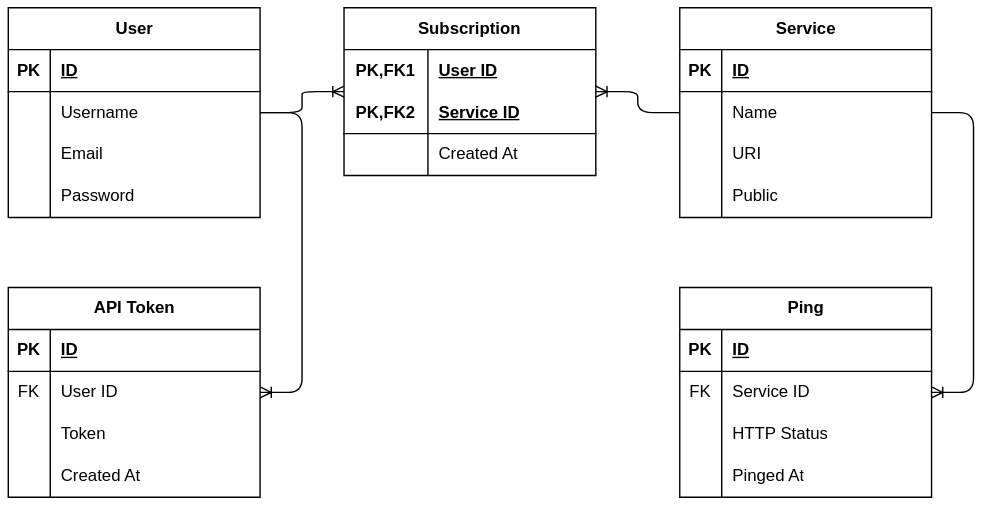
Earlier version of the draw.io export docs/assets/er_schema.drawio.svg (Mikel12455/downtime-panda). Source tidied: cells renumbered, new cells last; positions are measured from the earlier drawing's top-left corner, leaving out a move shared by most shapes. Source of this version:
```xml
<mxGraphModel background="#ffffff">
  <root>
    <mxCell id="0" />
    <mxCell id="1" parent="0" />
    <mxCell id="2" value="User" style="shape=table;startSize=30;rowLines=0;fontStyle=1;align=center;html=1;shadow=0;comic=0;" parent="1" vertex="1">
      <mxGeometry width="180" height="150" as="geometry" />
    </mxCell>
    <mxCell id="3" style="shape=tableRow;horizontal=0;startSize=0;swimlaneHead=0;swimlaneBody=0;fillColor=none;top=0;left=0;right=0;bottom=1;shadow=0;comic=0;swimlaneFillColor=none;" parent="2" vertex="1">
      <mxGeometry y="30" width="180" height="30" as="geometry" />
    </mxCell>
    <mxCell id="4" value="PK" style="shape=partialRectangle;fillColor=none;top=0;left=0;bottom=0;right=0;fontStyle=1;overflow=hidden;whiteSpace=wrap;html=1;shadow=0;comic=0;swimlaneFillColor=none;strokeWidth=1;" parent="3" vertex="1">
      <mxGeometry width="30" height="30" as="geometry" />
    </mxCell>
    <mxCell id="5" value="ID" style="shape=partialRectangle;fillColor=none;top=0;left=0;bottom=0;right=0;align=left;spacingLeft=6;fontStyle=5;overflow=hidden;whiteSpace=wrap;html=1;shadow=0;comic=0;swimlaneFillColor=none;" parent="3" vertex="1">
      <mxGeometry x="30" width="150" height="30" as="geometry" />
    </mxCell>
    <mxCell id="6" style="shape=tableRow;horizontal=0;startSize=0;swimlaneHead=0;swimlaneBody=0;fillColor=none;top=0;left=0;right=0;bottom=0;shadow=0;comic=0;swimlaneFillColor=none;" parent="2" vertex="1">
      <mxGeometry y="60" width="180" height="30" as="geometry" />
    </mxCell>
    <mxCell id="7" style="shape=partialRectangle;fillColor=none;top=0;left=0;bottom=0;right=0;overflow=hidden;whiteSpace=wrap;html=1;shadow=0;comic=0;swimlaneFillColor=none;" parent="6" vertex="1">
      <mxGeometry width="30" height="30" as="geometry" />
    </mxCell>
    <mxCell id="8" value="Username" style="shape=partialRectangle;fillColor=none;top=0;left=0;bottom=0;right=0;align=left;spacingLeft=6;overflow=hidden;whiteSpace=wrap;html=1;shadow=0;comic=0;swimlaneFillColor=none;" parent="6" vertex="1">
      <mxGeometry x="30" width="150" height="30" as="geometry" />
    </mxCell>
    <mxCell id="9" style="shape=tableRow;horizontal=0;startSize=0;swimlaneHead=0;swimlaneBody=0;fillColor=none;top=0;left=0;right=0;bottom=0;shadow=0;comic=0;swimlaneFillColor=none;" parent="2" vertex="1">
      <mxGeometry y="90" width="180" height="30" as="geometry" />
    </mxCell>
    <mxCell id="10" style="shape=partialRectangle;fillColor=none;top=0;left=0;bottom=0;right=0;overflow=hidden;whiteSpace=wrap;html=1;shadow=0;comic=0;swimlaneFillColor=none;" parent="9" vertex="1">
      <mxGeometry width="30" height="30" as="geometry" />
    </mxCell>
    <mxCell id="11" value="Email" style="shape=partialRectangle;fillColor=none;top=0;left=0;bottom=0;right=0;align=left;spacingLeft=6;overflow=hidden;whiteSpace=wrap;html=1;shadow=0;comic=0;swimlaneFillColor=none;" parent="9" vertex="1">
      <mxGeometry x="30" width="150" height="30" as="geometry" />
    </mxCell>
    <mxCell id="12" style="shape=tableRow;horizontal=0;startSize=0;swimlaneHead=0;swimlaneBody=0;fillColor=none;top=0;left=0;right=0;bottom=0;shadow=0;comic=0;swimlaneFillColor=none;" parent="2" vertex="1">
      <mxGeometry y="120" width="180" height="30" as="geometry" />
    </mxCell>
    <mxCell id="13" style="shape=partialRectangle;fillColor=none;top=0;left=0;bottom=0;right=0;overflow=hidden;whiteSpace=wrap;html=1;shadow=0;comic=0;swimlaneFillColor=none;" parent="12" vertex="1">
      <mxGeometry width="30" height="30" as="geometry" />
    </mxCell>
    <mxCell id="14" value="Password" style="shape=partialRectangle;fillColor=none;top=0;left=0;bottom=0;right=0;align=left;spacingLeft=6;overflow=hidden;whiteSpace=wrap;html=1;shadow=0;comic=0;swimlaneFillColor=none;" parent="12" vertex="1">
      <mxGeometry x="30" width="150" height="30" as="geometry" />
    </mxCell>
    <mxCell id="15" value="Service" style="shape=table;startSize=30;rowLines=0;fontStyle=1;align=center;html=1;shadow=0;comic=0;" parent="1" vertex="1">
      <mxGeometry x="480" width="180" height="150" as="geometry" />
    </mxCell>
    <mxCell id="16" style="shape=tableRow;horizontal=0;startSize=0;swimlaneHead=0;swimlaneBody=0;fillColor=none;top=0;left=0;right=0;bottom=1;shadow=0;comic=0;" parent="15" vertex="1">
      <mxGeometry y="30" width="180" height="30" as="geometry" />
    </mxCell>
    <mxCell id="17" value="PK" style="shape=partialRectangle;fillColor=none;top=0;left=0;bottom=0;right=0;fontStyle=1;overflow=hidden;whiteSpace=wrap;html=1;shadow=0;comic=0;" parent="16" vertex="1">
      <mxGeometry width="30" height="30" as="geometry" />
    </mxCell>
    <mxCell id="18" value="ID" style="shape=partialRectangle;fillColor=none;top=0;left=0;bottom=0;right=0;align=left;spacingLeft=6;fontStyle=5;overflow=hidden;whiteSpace=wrap;html=1;shadow=0;comic=0;" parent="16" vertex="1">
      <mxGeometry x="30" width="150" height="30" as="geometry" />
    </mxCell>
    <mxCell id="19" style="shape=tableRow;horizontal=0;startSize=0;swimlaneHead=0;swimlaneBody=0;fillColor=none;top=0;left=0;right=0;bottom=0;shadow=0;comic=0;" parent="15" vertex="1">
      <mxGeometry y="60" width="180" height="30" as="geometry" />
    </mxCell>
    <mxCell id="20" style="shape=partialRectangle;fillColor=none;top=0;left=0;bottom=0;right=0;overflow=hidden;whiteSpace=wrap;html=1;shadow=0;comic=0;" parent="19" vertex="1">
      <mxGeometry width="30" height="30" as="geometry" />
    </mxCell>
    <mxCell id="21" value="Name" style="shape=partialRectangle;fillColor=none;top=0;left=0;bottom=0;right=0;align=left;spacingLeft=6;overflow=hidden;whiteSpace=wrap;html=1;shadow=0;comic=0;" parent="19" vertex="1">
      <mxGeometry x="30" width="150" height="30" as="geometry" />
    </mxCell>
    <mxCell id="22" style="shape=tableRow;horizontal=0;startSize=0;swimlaneHead=0;swimlaneBody=0;fillColor=none;top=0;left=0;right=0;bottom=0;shadow=0;comic=0;" parent="15" vertex="1">
      <mxGeometry y="90" width="180" height="30" as="geometry" />
    </mxCell>
    <mxCell id="23" style="shape=partialRectangle;fillColor=none;top=0;left=0;bottom=0;right=0;overflow=hidden;whiteSpace=wrap;html=1;shadow=0;comic=0;" parent="22" vertex="1">
      <mxGeometry width="30" height="30" as="geometry" />
    </mxCell>
    <mxCell id="24" value="URI" style="shape=partialRectangle;fillColor=none;top=0;left=0;bottom=0;right=0;align=left;spacingLeft=6;overflow=hidden;whiteSpace=wrap;html=1;shadow=0;comic=0;" parent="22" vertex="1">
      <mxGeometry x="30" width="150" height="30" as="geometry" />
    </mxCell>
    <mxCell id="25" style="shape=tableRow;horizontal=0;startSize=0;swimlaneHead=0;swimlaneBody=0;fillColor=none;top=0;left=0;right=0;bottom=0;shadow=0;comic=0;" parent="15" vertex="1">
      <mxGeometry y="120" width="180" height="30" as="geometry" />
    </mxCell>
    <mxCell id="26" style="shape=partialRectangle;fillColor=none;top=0;left=0;bottom=0;right=0;overflow=hidden;whiteSpace=wrap;html=1;shadow=0;comic=0;" parent="25" vertex="1">
      <mxGeometry width="30" height="30" as="geometry" />
    </mxCell>
    <mxCell id="27" value="Public" style="shape=partialRectangle;fillColor=none;top=0;left=0;bottom=0;right=0;align=left;spacingLeft=6;overflow=hidden;whiteSpace=wrap;html=1;shadow=0;comic=0;" parent="25" vertex="1">
      <mxGeometry x="30" width="150" height="30" as="geometry" />
    </mxCell>
    <mxCell id="28" value="Ping" style="shape=table;startSize=30;rowLines=0;fontStyle=1;align=center;html=1;shadow=0;comic=0;" parent="1" vertex="1">
      <mxGeometry x="480" y="200" width="180" height="150" as="geometry" />
    </mxCell>
    <mxCell id="29" style="shape=tableRow;horizontal=0;startSize=0;swimlaneHead=0;swimlaneBody=0;fillColor=none;top=0;left=0;right=0;bottom=1;shadow=0;comic=0;" parent="28" vertex="1">
      <mxGeometry y="30" width="180" height="30" as="geometry" />
    </mxCell>
    <mxCell id="30" value="PK" style="shape=partialRectangle;fillColor=none;top=0;left=0;bottom=0;right=0;fontStyle=1;overflow=hidden;whiteSpace=wrap;html=1;shadow=0;comic=0;" parent="29" vertex="1">
      <mxGeometry width="30" height="30" as="geometry" />
    </mxCell>
    <mxCell id="31" value="ID" style="shape=partialRectangle;fillColor=none;top=0;left=0;bottom=0;right=0;align=left;spacingLeft=6;fontStyle=5;overflow=hidden;whiteSpace=wrap;html=1;shadow=0;comic=0;" parent="29" vertex="1">
      <mxGeometry x="30" width="150" height="30" as="geometry" />
    </mxCell>
    <mxCell id="32" style="shape=tableRow;horizontal=0;startSize=0;swimlaneHead=0;swimlaneBody=0;fillColor=none;top=0;left=0;right=0;bottom=0;shadow=0;comic=0;" parent="28" vertex="1">
      <mxGeometry y="60" width="180" height="30" as="geometry" />
    </mxCell>
    <mxCell id="33" value="FK" style="shape=partialRectangle;fillColor=none;top=0;left=0;bottom=0;right=0;overflow=hidden;whiteSpace=wrap;html=1;shadow=0;comic=0;" parent="32" vertex="1">
      <mxGeometry width="30" height="30" as="geometry" />
    </mxCell>
    <mxCell id="34" value="Service ID" style="shape=partialRectangle;fillColor=none;top=0;left=0;bottom=0;right=0;align=left;spacingLeft=6;overflow=hidden;whiteSpace=wrap;html=1;shadow=0;comic=0;" parent="32" vertex="1">
      <mxGeometry x="30" width="150" height="30" as="geometry" />
    </mxCell>
    <mxCell id="35" style="shape=tableRow;horizontal=0;startSize=0;swimlaneHead=0;swimlaneBody=0;fillColor=none;top=0;left=0;right=0;bottom=0;shadow=0;comic=0;" parent="28" vertex="1">
      <mxGeometry y="90" width="180" height="30" as="geometry" />
    </mxCell>
    <mxCell id="36" style="shape=partialRectangle;fillColor=none;top=0;left=0;bottom=0;right=0;overflow=hidden;whiteSpace=wrap;html=1;shadow=0;comic=0;" parent="35" vertex="1">
      <mxGeometry width="30" height="30" as="geometry" />
    </mxCell>
    <mxCell id="37" value="HTTP Status" style="shape=partialRectangle;fillColor=none;top=0;left=0;bottom=0;right=0;align=left;spacingLeft=6;overflow=hidden;whiteSpace=wrap;html=1;shadow=0;comic=0;" parent="35" vertex="1">
      <mxGeometry x="30" width="150" height="30" as="geometry" />
    </mxCell>
    <mxCell id="38" style="shape=tableRow;horizontal=0;startSize=0;swimlaneHead=0;swimlaneBody=0;fillColor=none;top=0;left=0;right=0;bottom=0;shadow=0;comic=0;" parent="28" vertex="1">
      <mxGeometry y="120" width="180" height="30" as="geometry" />
    </mxCell>
    <mxCell id="39" style="shape=partialRectangle;fillColor=none;top=0;left=0;bottom=0;right=0;overflow=hidden;whiteSpace=wrap;html=1;shadow=0;comic=0;" parent="38" vertex="1">
      <mxGeometry width="30" height="30" as="geometry" />
    </mxCell>
    <mxCell id="40" value="Pinged At" style="shape=partialRectangle;fillColor=none;top=0;left=0;bottom=0;right=0;align=left;spacingLeft=6;overflow=hidden;whiteSpace=wrap;html=1;shadow=0;comic=0;" parent="38" vertex="1">
      <mxGeometry x="30" width="150" height="30" as="geometry" />
    </mxCell>
    <mxCell id="41" style="edgeStyle=entityRelationEdgeStyle;fontSize=12;html=1;endArrow=ERoneToMany;" parent="1" edge="1" source="15" target="28">
      <mxGeometry relative="1" as="geometry">
        <Array as="points">
          <mxPoint x="710" y="230" />
        </Array>
      </mxGeometry>
    </mxCell>
    <mxCell id="42" value="Subscription" style="shape=table;startSize=30;rowLines=0;fontStyle=1;align=center;html=1;whiteSpace=wrap;" parent="1" vertex="1">
      <mxGeometry x="240" width="180" height="120" as="geometry" />
    </mxCell>
    <mxCell id="43" style="shape=tableRow;horizontal=0;startSize=0;swimlaneHead=0;swimlaneBody=0;fillColor=none;top=0;left=0;right=0;bottom=0;html=1;" parent="42" vertex="1">
      <mxGeometry y="30" width="180" height="30" as="geometry" />
    </mxCell>
    <mxCell id="44" value="PK,FK1" style="shape=partialRectangle;fillColor=none;top=0;left=0;bottom=0;right=0;fontStyle=1;overflow=hidden;html=1;whiteSpace=wrap;" parent="43" vertex="1">
      <mxGeometry width="60" height="30" as="geometry" />
    </mxCell>
    <mxCell id="45" value="User ID" style="shape=partialRectangle;fillColor=none;top=0;left=0;bottom=0;right=0;align=left;spacingLeft=6;fontStyle=5;overflow=hidden;html=1;whiteSpace=wrap;" parent="43" vertex="1">
      <mxGeometry x="60" width="120" height="30" as="geometry" />
    </mxCell>
    <mxCell id="46" style="shape=tableRow;horizontal=0;startSize=0;swimlaneHead=0;swimlaneBody=0;fillColor=none;top=0;left=0;right=0;bottom=1;html=1;" parent="42" vertex="1">
      <mxGeometry y="60" width="180" height="30" as="geometry" />
    </mxCell>
    <mxCell id="47" value="PK,FK2" style="shape=partialRectangle;fillColor=none;top=0;left=0;bottom=0;right=0;fontStyle=1;overflow=hidden;html=1;whiteSpace=wrap;" parent="46" vertex="1">
      <mxGeometry width="60" height="30" as="geometry" />
    </mxCell>
    <mxCell id="48" value="Service ID" style="shape=partialRectangle;fillColor=none;top=0;left=0;bottom=0;right=0;align=left;spacingLeft=6;fontStyle=5;overflow=hidden;html=1;whiteSpace=wrap;" parent="46" vertex="1">
      <mxGeometry x="60" width="120" height="30" as="geometry" />
    </mxCell>
    <mxCell id="49" style="shape=tableRow;horizontal=0;startSize=0;swimlaneHead=0;swimlaneBody=0;fillColor=none;top=0;left=0;right=0;bottom=0;html=1;" parent="42" vertex="1">
      <mxGeometry y="90" width="180" height="30" as="geometry" />
    </mxCell>
    <mxCell id="50" style="shape=partialRectangle;fillColor=none;top=0;left=0;bottom=0;right=0;overflow=hidden;html=1;whiteSpace=wrap;" parent="49" vertex="1">
      <mxGeometry width="60" height="30" as="geometry" />
    </mxCell>
    <mxCell id="51" value="Created At" style="shape=partialRectangle;fillColor=none;top=0;left=0;bottom=0;right=0;align=left;spacingLeft=6;overflow=hidden;html=1;whiteSpace=wrap;" parent="49" vertex="1">
      <mxGeometry x="60" width="120" height="30" as="geometry" />
    </mxCell>
    <mxCell id="52" style="edgeStyle=entityRelationEdgeStyle;fontSize=12;html=1;endArrow=ERoneToMany;" parent="1" edge="1" source="2" target="42">
      <mxGeometry relative="1" as="geometry" />
    </mxCell>
    <mxCell id="53" style="edgeStyle=entityRelationEdgeStyle;fontSize=12;html=1;endArrow=ERoneToMany;" parent="1" edge="1" source="15" target="42">
      <mxGeometry relative="1" as="geometry" />
    </mxCell>
    <mxCell id="54" value="API Token" style="shape=table;startSize=30;rowLines=0;fontStyle=1;align=center;html=1;" parent="1" vertex="1">
      <mxGeometry y="200" width="180" height="150" as="geometry" />
    </mxCell>
    <mxCell id="55" style="shape=tableRow;horizontal=0;startSize=0;swimlaneHead=0;swimlaneBody=0;fillColor=none;top=0;left=0;right=0;bottom=1;" parent="54" vertex="1">
      <mxGeometry y="30" width="180" height="30" as="geometry" />
    </mxCell>
    <mxCell id="56" value="PK" style="shape=partialRectangle;fillColor=none;top=0;left=0;bottom=0;right=0;fontStyle=1;overflow=hidden;whiteSpace=wrap;html=1;" parent="55" vertex="1">
      <mxGeometry width="30" height="30" as="geometry" />
    </mxCell>
    <mxCell id="57" value="ID" style="shape=partialRectangle;fillColor=none;top=0;left=0;bottom=0;right=0;align=left;spacingLeft=6;fontStyle=5;overflow=hidden;whiteSpace=wrap;html=1;" parent="55" vertex="1">
      <mxGeometry x="30" width="150" height="30" as="geometry" />
    </mxCell>
    <mxCell id="58" style="shape=tableRow;horizontal=0;startSize=0;swimlaneHead=0;swimlaneBody=0;fillColor=none;top=0;left=0;right=0;bottom=0;" parent="54" vertex="1">
      <mxGeometry y="60" width="180" height="30" as="geometry" />
    </mxCell>
    <mxCell id="59" value="FK" style="shape=partialRectangle;fillColor=none;top=0;left=0;bottom=0;right=0;overflow=hidden;whiteSpace=wrap;html=1;" parent="58" vertex="1">
      <mxGeometry width="30" height="30" as="geometry" />
    </mxCell>
    <mxCell id="60" value="User ID" style="shape=partialRectangle;fillColor=none;top=0;left=0;bottom=0;right=0;align=left;spacingLeft=6;overflow=hidden;whiteSpace=wrap;html=1;" parent="58" vertex="1">
      <mxGeometry x="30" width="150" height="30" as="geometry" />
    </mxCell>
    <mxCell id="61" style="shape=tableRow;horizontal=0;startSize=0;swimlaneHead=0;swimlaneBody=0;fillColor=none;top=0;left=0;right=0;bottom=0;" parent="54" vertex="1">
      <mxGeometry y="90" width="180" height="30" as="geometry" />
    </mxCell>
    <mxCell id="62" style="shape=partialRectangle;fillColor=none;top=0;left=0;bottom=0;right=0;overflow=hidden;whiteSpace=wrap;html=1;" parent="61" vertex="1">
      <mxGeometry width="30" height="30" as="geometry" />
    </mxCell>
    <mxCell id="63" value="Token" style="shape=partialRectangle;fillColor=none;top=0;left=0;bottom=0;right=0;align=left;spacingLeft=6;overflow=hidden;whiteSpace=wrap;html=1;" parent="61" vertex="1">
      <mxGeometry x="30" width="150" height="30" as="geometry" />
    </mxCell>
    <mxCell id="64" style="shape=tableRow;horizontal=0;startSize=0;swimlaneHead=0;swimlaneBody=0;fillColor=none;top=0;left=0;right=0;bottom=0;" parent="54" vertex="1">
      <mxGeometry y="120" width="180" height="30" as="geometry" />
    </mxCell>
    <mxCell id="65" style="shape=partialRectangle;fillColor=none;top=0;left=0;bottom=0;right=0;overflow=hidden;whiteSpace=wrap;html=1;" parent="64" vertex="1">
      <mxGeometry width="30" height="30" as="geometry" />
    </mxCell>
    <mxCell id="66" value="Created At" style="shape=partialRectangle;fillColor=none;top=0;left=0;bottom=0;right=0;align=left;spacingLeft=6;overflow=hidden;whiteSpace=wrap;html=1;" parent="64" vertex="1">
      <mxGeometry x="30" width="150" height="30" as="geometry" />
    </mxCell>
    <mxCell id="67" style="edgeStyle=entityRelationEdgeStyle;fontSize=12;html=1;endArrow=ERoneToMany;" parent="1" edge="1" source="2" target="54">
      <mxGeometry relative="1" as="geometry">
        <Array as="points">
          <mxPoint x="290" y="240" />
        </Array>
      </mxGeometry>
    </mxCell>
  </root>
</mxGraphModel>
```
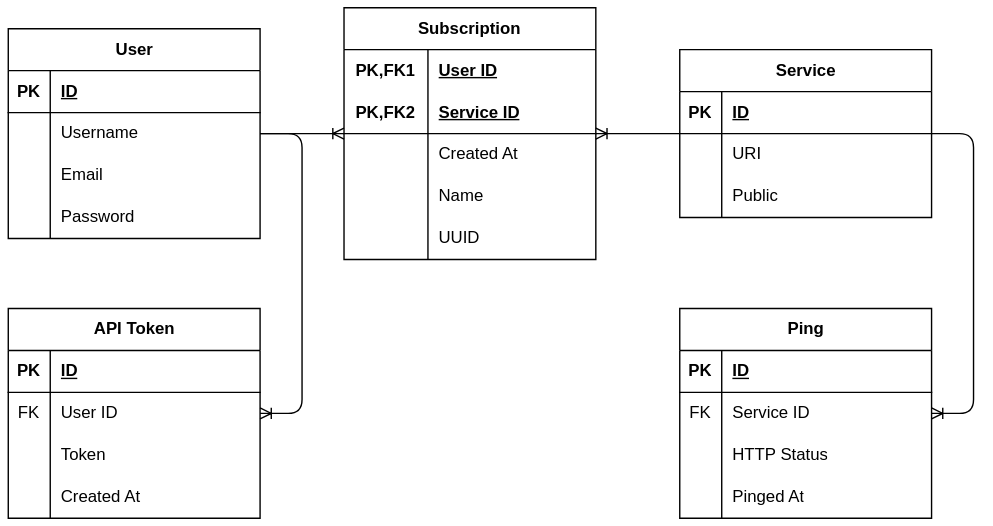
Above is the later version.

Diff of the diagram source:
```diff
@@ -42,7 +42,7 @@
       <mxGeometry x="30" width="150" height="30" as="geometry" />
     </mxCell>
     <mxCell id="15" value="Service" style="shape=table;startSize=30;rowLines=0;fontStyle=1;align=center;html=1;shadow=0;comic=0;" parent="1" vertex="1">
-      <mxGeometry x="480" width="180" height="150" as="geometry" />
+      <mxGeometry x="480" y="15" width="180" height="120" as="geometry" />
     </mxCell>
     <mxCell id="16" style="shape=tableRow;horizontal=0;startSize=0;swimlaneHead=0;swimlaneBody=0;fillColor=none;top=0;left=0;right=0;bottom=1;shadow=0;comic=0;" parent="15" vertex="1">
       <mxGeometry y="30" width="180" height="30" as="geometry" />
@@ -53,17 +53,8 @@
     <mxCell id="18" value="ID" style="shape=partialRectangle;fillColor=none;top=0;left=0;bottom=0;right=0;align=left;spacingLeft=6;fontStyle=5;overflow=hidden;whiteSpace=wrap;html=1;shadow=0;comic=0;" parent="16" vertex="1">
       <mxGeometry x="30" width="150" height="30" as="geometry" />
     </mxCell>
-    <mxCell id="19" style="shape=tableRow;horizontal=0;startSize=0;swimlaneHead=0;swimlaneBody=0;fillColor=none;top=0;left=0;right=0;bottom=0;shadow=0;comic=0;" parent="15" vertex="1">
-      <mxGeometry y="60" width="180" height="30" as="geometry" />
-    </mxCell>
-    <mxCell id="20" style="shape=partialRectangle;fillColor=none;top=0;left=0;bottom=0;right=0;overflow=hidden;whiteSpace=wrap;html=1;shadow=0;comic=0;" parent="19" vertex="1">
-      <mxGeometry width="30" height="30" as="geometry" />
-    </mxCell>
-    <mxCell id="21" value="Name" style="shape=partialRectangle;fillColor=none;top=0;left=0;bottom=0;right=0;align=left;spacingLeft=6;overflow=hidden;whiteSpace=wrap;html=1;shadow=0;comic=0;" parent="19" vertex="1">
-      <mxGeometry x="30" width="150" height="30" as="geometry" />
-    </mxCell>
     <mxCell id="22" style="shape=tableRow;horizontal=0;startSize=0;swimlaneHead=0;swimlaneBody=0;fillColor=none;top=0;left=0;right=0;bottom=0;shadow=0;comic=0;" parent="15" vertex="1">
-      <mxGeometry y="90" width="180" height="30" as="geometry" />
+      <mxGeometry y="60" width="180" height="30" as="geometry" />
     </mxCell>
     <mxCell id="23" style="shape=partialRectangle;fillColor=none;top=0;left=0;bottom=0;right=0;overflow=hidden;whiteSpace=wrap;html=1;shadow=0;comic=0;" parent="22" vertex="1">
       <mxGeometry width="30" height="30" as="geometry" />
@@ -72,7 +63,7 @@
       <mxGeometry x="30" width="150" height="30" as="geometry" />
     </mxCell>
     <mxCell id="25" style="shape=tableRow;horizontal=0;startSize=0;swimlaneHead=0;swimlaneBody=0;fillColor=none;top=0;left=0;right=0;bottom=0;shadow=0;comic=0;" parent="15" vertex="1">
-      <mxGeometry y="120" width="180" height="30" as="geometry" />
+      <mxGeometry y="90" width="180" height="30" as="geometry" />
     </mxCell>
     <mxCell id="26" style="shape=partialRectangle;fillColor=none;top=0;left=0;bottom=0;right=0;overflow=hidden;whiteSpace=wrap;html=1;shadow=0;comic=0;" parent="25" vertex="1">
       <mxGeometry width="30" height="30" as="geometry" />
@@ -127,7 +118,7 @@
       </mxGeometry>
     </mxCell>
     <mxCell id="42" value="Subscription" style="shape=table;startSize=30;rowLines=0;fontStyle=1;align=center;html=1;whiteSpace=wrap;" parent="1" vertex="1">
-      <mxGeometry x="240" width="180" height="120" as="geometry" />
+      <mxGeometry x="240" y="-15" width="180" height="180" as="geometry" />
     </mxCell>
     <mxCell id="43" style="shape=tableRow;horizontal=0;startSize=0;swimlaneHead=0;swimlaneBody=0;fillColor=none;top=0;left=0;right=0;bottom=0;html=1;" parent="42" vertex="1">
       <mxGeometry y="30" width="180" height="30" as="geometry" />
@@ -156,6 +147,24 @@
     <mxCell id="51" value="Created At" style="shape=partialRectangle;fillColor=none;top=0;left=0;bottom=0;right=0;align=left;spacingLeft=6;overflow=hidden;html=1;whiteSpace=wrap;" parent="49" vertex="1">
       <mxGeometry x="60" width="120" height="30" as="geometry" />
     </mxCell>
+    <mxCell id="68" style="shape=tableRow;horizontal=0;startSize=0;swimlaneHead=0;swimlaneBody=0;fillColor=none;top=0;left=0;right=0;bottom=0;html=1;" parent="42" vertex="1">
+      <mxGeometry y="120" width="180" height="30" as="geometry" />
+    </mxCell>
+    <mxCell id="69" style="shape=partialRectangle;fillColor=none;top=0;left=0;bottom=0;right=0;overflow=hidden;html=1;whiteSpace=wrap;" parent="68" vertex="1">
+      <mxGeometry width="60" height="30" as="geometry" />
+    </mxCell>
+    <mxCell id="21" value="Name" style="shape=partialRectangle;fillColor=none;top=0;left=0;bottom=0;right=0;align=left;spacingLeft=6;overflow=hidden;html=1;whiteSpace=wrap;" parent="68" vertex="1">
+      <mxGeometry x="60" width="120" height="30" as="geometry" />
+    </mxCell>
+    <mxCell id="70" style="shape=tableRow;horizontal=0;startSize=0;swimlaneHead=0;swimlaneBody=0;fillColor=none;top=0;left=0;right=0;bottom=0;html=1;" parent="42" vertex="1">
+      <mxGeometry y="150" width="180" height="30" as="geometry" />
+    </mxCell>
+    <mxCell id="71" style="shape=partialRectangle;fillColor=none;top=0;left=0;bottom=0;right=0;overflow=hidden;html=1;whiteSpace=wrap;" parent="70" vertex="1">
+      <mxGeometry width="60" height="30" as="geometry" />
+    </mxCell>
+    <mxCell id="72" value="UUID" style="shape=partialRectangle;fillColor=none;top=0;left=0;bottom=0;right=0;align=left;spacingLeft=6;overflow=hidden;html=1;whiteSpace=wrap;" parent="70" vertex="1">
+      <mxGeometry x="60" width="120" height="30" as="geometry" />
+    </mxCell>
     <mxCell id="52" style="edgeStyle=entityRelationEdgeStyle;fontSize=12;html=1;endArrow=ERoneToMany;" parent="1" edge="1" source="2" target="42">
       <mxGeometry relative="1" as="geometry" />
     </mxCell>
```
